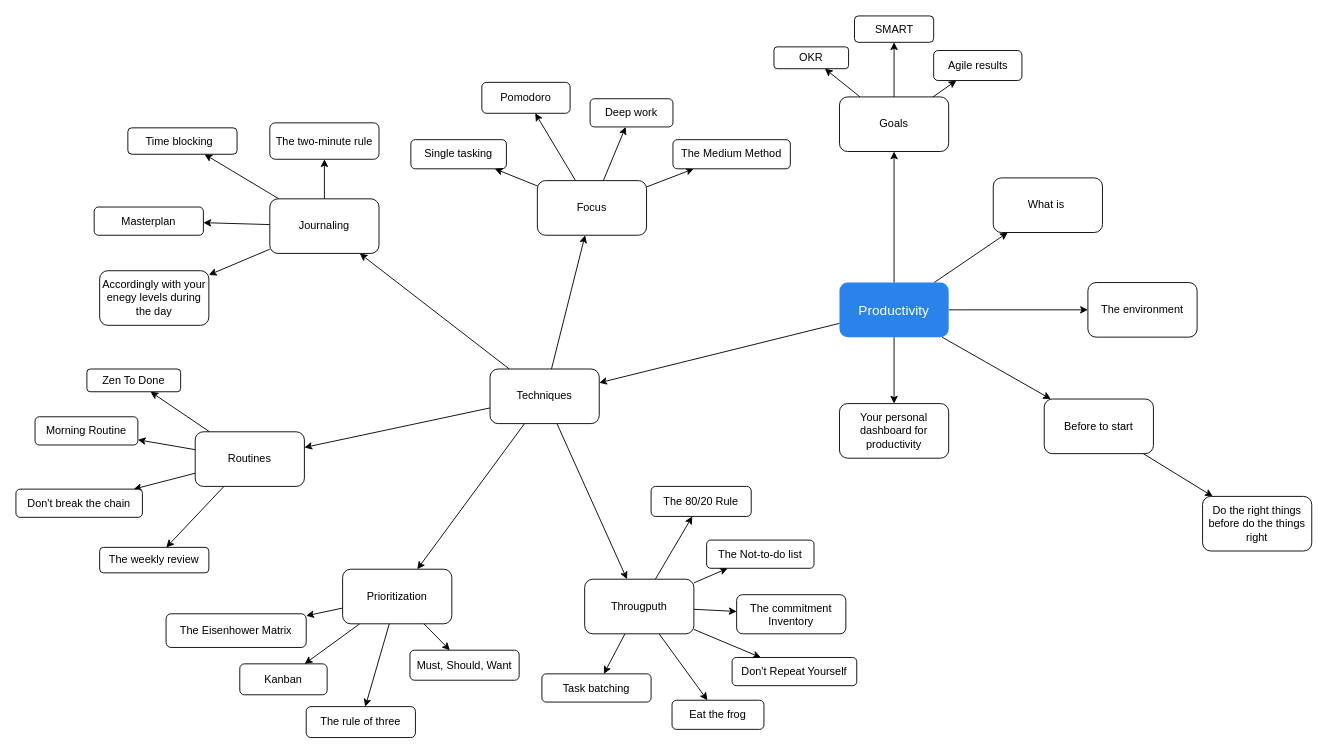
This is page "Productivity" (2 of 4) of Wellbeing.drawio from alfonsograziano/personal-blog, a draw.io file, before an edit. Source tidied: cells renumbered, new cells numbered last; positions are measured from the earlier drawing's top-left corner, leaving out a move shared by most shapes. Both pictures are drawn from the tidied source at 91%, with x=0, y=0 at pixel (15, 15).
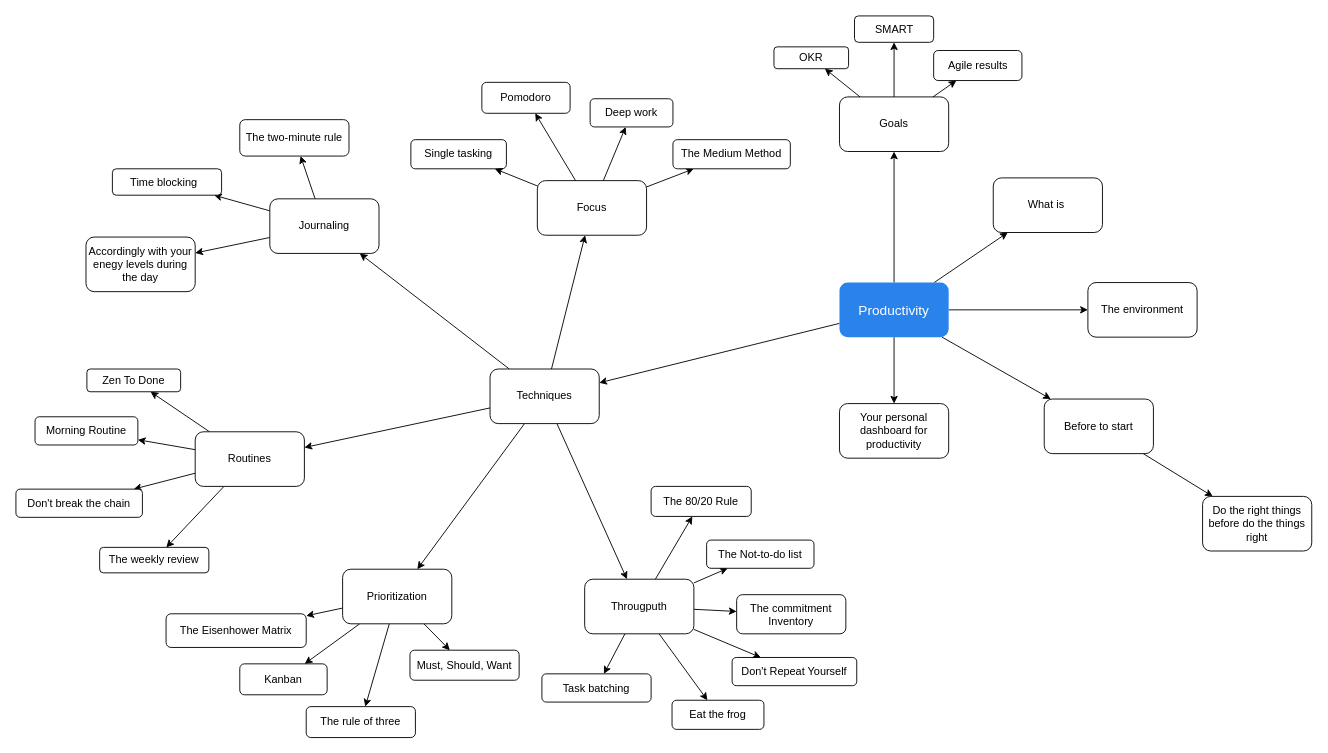
After the change.

The change refers to these unchanged cells:
```xml
<mxCell id="29" value="Journaling&lt;br&gt;" style="rounded=1;whiteSpace=wrap;html=1;" parent="1" vertex="1">
  <mxGeometry x="279" y="201" width="120" height="60" as="geometry" />
</mxCell>
```

Diff of the diagram source:
```diff
@@
-    <mxCell id="27" style="edgeStyle=none;rounded=0;jettySize=auto;html=1;noEdgeStyle=1;" parent="1" edge="1" source="29" target="65">
-      <mxGeometry relative="1" as="geometry" />
-    </mxCell>
@@
     <mxCell id="32" value="The two-minute rule" style="rounded=1;whiteSpace=wrap;html=1;" parent="1" vertex="1">
-      <mxGeometry x="279" y="117.5" width="120" height="40" as="geometry" />
+      <mxGeometry x="246" y="114" width="120" height="40" as="geometry" />
     </mxCell>
@@
     <mxCell id="45" value="Accordingly with your enegy levels during the day" style="rounded=1;whiteSpace=wrap;html=1;" parent="1" vertex="1">
-      <mxGeometry x="92" y="280" width="120" height="60" as="geometry" />
+      <mxGeometry x="77" y="243" width="120" height="60" as="geometry" />
     </mxCell>
@@
-    <mxCell id="65" value="Masterplan" style="rounded=1;whiteSpace=wrap;html=1;" parent="1" vertex="1">
-      <mxGeometry x="86" y="210" width="120" height="31" as="geometry" />
-    </mxCell>
     <mxCell id="66" value="Time blocking&lt;span style=&quot;white-space: pre;&quot;&gt;&#9;&lt;/span&gt;" style="rounded=1;whiteSpace=wrap;html=1;" parent="1" vertex="1">
-      <mxGeometry x="123" y="123" width="120" height="29" as="geometry" />
+      <mxGeometry x="106" y="168" width="120" height="29" as="geometry" />
     </mxCell>
```
